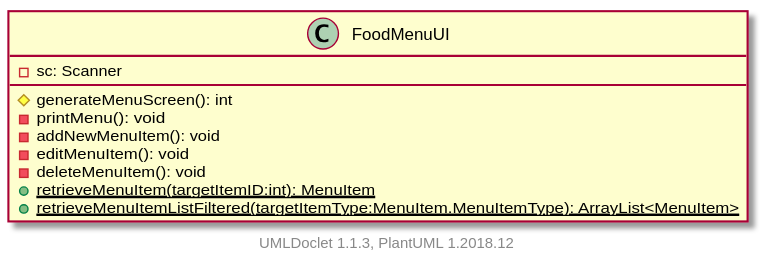
Before: projects/oodp/html/umlversion/uml/sg.edu.ntu.scse.cz2002.ui.FoodMenuUI.svg, a diagram exported from PlantUML (itachi1706/How-to-use-Git-NTUSCSE1819-Site).
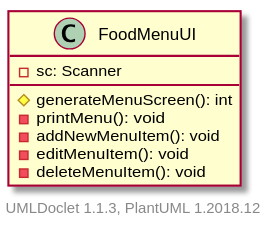
The same diagram one commit later.

What changed in the source:
```diff
@@ -7,8 +7,6 @@
         -addNewMenuItem(): void
         -editMenuItem(): void
         -deleteMenuItem(): void
-        {static} +retrieveMenuItem(targetItemID:int): MenuItem
-        {static} +retrieveMenuItemListFiltered(targetItemType:MenuItem.MenuItemType): ArrayList<MenuItem>
     }
 
 
```
